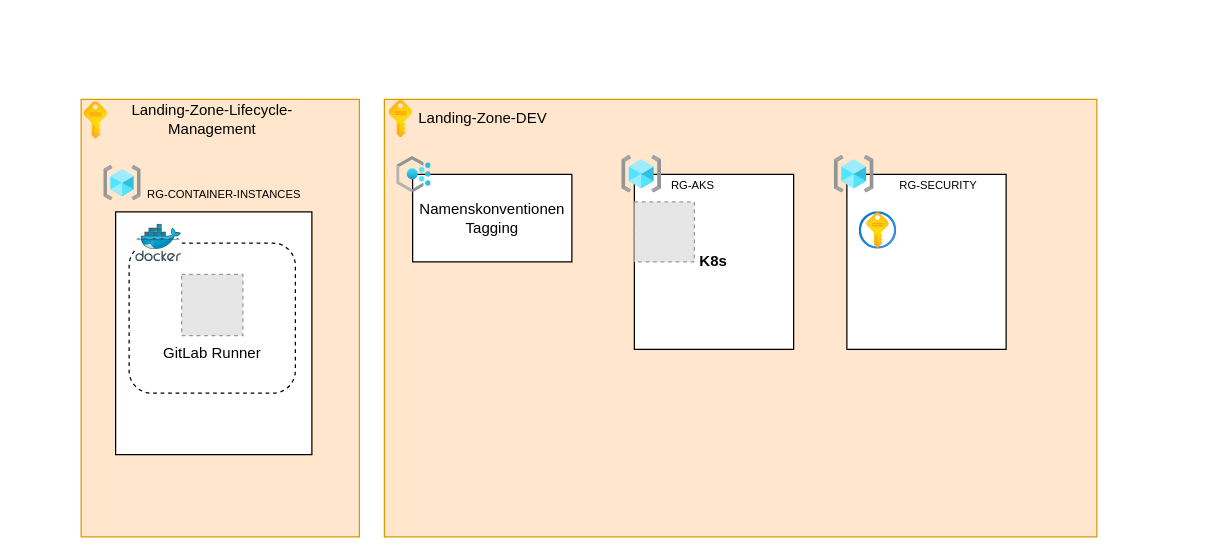
This is DMS-LandingZone.drawio from ChristophAtos/K8straining, a draw.io file, before an edit. Source tidied: cells renumbered, new cells numbered last; positions are measured from the earlier drawing's top-left corner, leaving out a move shared by most shapes. Both pictures are drawn from the tidied source at 125%, with x=0, y=0 at pixel (80, 99). Pictures stored in the file or linked from it are replaced by grey dashed boxes.
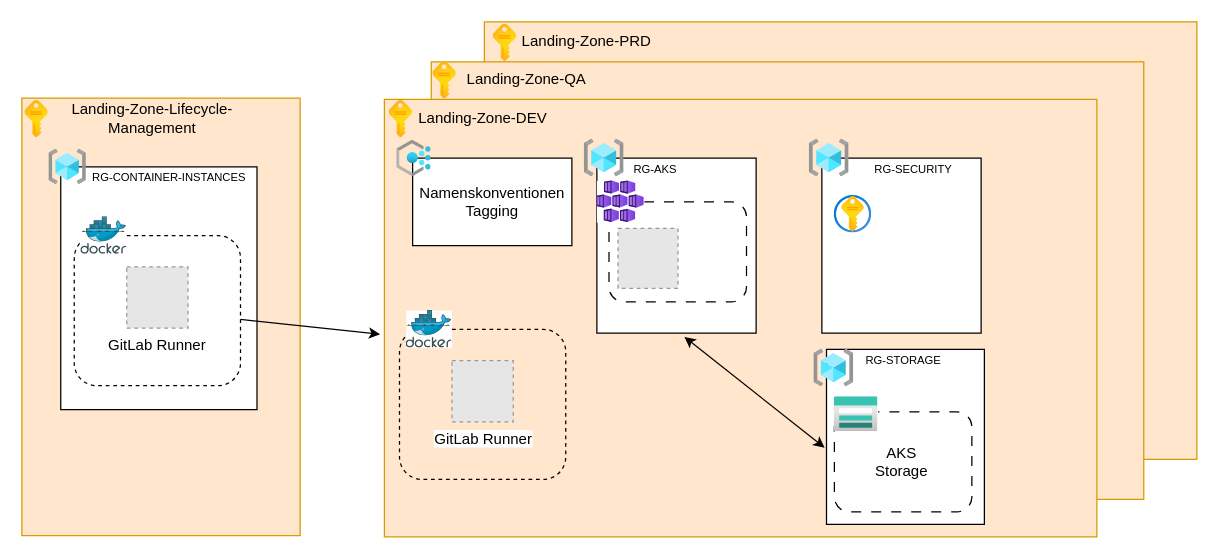
After the change.

The change refers to these unchanged cells:
```xml
<mxCell id="2" style="rounded=0;whiteSpace=wrap;html=1;fillColor=#ffe6cc;strokeColor=#d79b00;" parent="1" vertex="1">
  <mxGeometry x="243" width="570" height="350" as="geometry" />
</mxCell>
```

Diff of the diagram source:
```diff
@@
+    <mxCell id="24" style="rounded=0;whiteSpace=wrap;html=1;fillColor=#ffe6cc;strokeColor=#d79b00;" parent="1" vertex="1">
+      <mxGeometry x="323" y="-62" width="570" height="350" as="geometry" />
+    </mxCell>
+    <mxCell id="25" style="rounded=0;whiteSpace=wrap;html=1;fillColor=#ffe6cc;strokeColor=#d79b00;" parent="1" vertex="1">
+      <mxGeometry x="280.5" y="-30" width="570" height="350" as="geometry" />
+    </mxCell>
@@
     <mxCell id="5" value="Namenskonventionen&lt;br&gt;Tagging" style="rounded=0;whiteSpace=wrap;html=1;" parent="1" vertex="1">
-      <mxGeometry x="265.6" y="60" width="127.4" height="70" as="geometry" />
+      <mxGeometry x="265.6" y="47" width="127.4" height="70" as="geometry" />
     </mxCell>
     <mxCell id="6" style="image;html=1;align=center;fontSize=12;image=img/lib/azure2/management_governance/Policy.svg;" parent="1" vertex="1">
-      <mxGeometry x="253" y="45.7" width="27.5" height="29.3" as="geometry" />
+      <mxGeometry x="253" y="32.7" width="27.5" height="29.3" as="geometry" />
     </mxCell>
-    <mxCell id="7" value="&lt;b&gt;K8s&lt;/b&gt;" style="rounded=0;whiteSpace=wrap;html=1;" parent="1" vertex="1">
-      <mxGeometry x="443" y="60" width="127.4" height="140" as="geometry" />
+    <mxCell id="7" style="rounded=0;whiteSpace=wrap;html=1;" parent="1" vertex="1">
+      <mxGeometry x="413" y="47" width="127.4" height="140" as="geometry" />
     </mxCell>
     <mxCell id="8" style="image;html=1;align=center;fontSize=12;image=img/lib/azure2/general/Resource_Groups.svg;" parent="1" vertex="1">
-      <mxGeometry x="433" y="45" width="31.9" height="30" as="geometry" />
+      <mxGeometry x="403" y="32" width="31.9" height="30" as="geometry" />
     </mxCell>
     <mxCell id="9" value="&lt;font style=&quot;font-size: 9px;&quot;&gt;RG-AKS&lt;/font&gt;" style="text;html=1;strokeColor=none;fillColor=none;align=center;verticalAlign=middle;whiteSpace=wrap;rounded=0;" parent="1" vertex="1">
-      <mxGeometry x="459.9" y="53" width="60" height="30" as="geometry" />
+      <mxGeometry x="429.9" y="40" width="60" height="30" as="geometry" />
     </mxCell>
     <mxCell id="10" style="rounded=0;whiteSpace=wrap;html=1;" parent="1" vertex="1">
-      <mxGeometry x="613" y="60" width="127.4" height="140" as="geometry" />
+      <mxGeometry x="593" y="47" width="127.4" height="140" as="geometry" />
     </mxCell>
     <mxCell id="11" style="image;html=1;align=center;fontSize=12;image=img/lib/azure2/general/Resource_Groups.svg;" parent="1" vertex="1">
-      <mxGeometry x="603" y="45" width="31.9" height="30" as="geometry" />
+      <mxGeometry x="583" y="32" width="31.9" height="30" as="geometry" />
     </mxCell>
     <mxCell id="12" value="&lt;font style=&quot;font-size: 9px;&quot;&gt;RG-SECURITY&lt;/font&gt;" style="text;html=1;strokeColor=none;fillColor=none;align=center;verticalAlign=middle;whiteSpace=wrap;rounded=0;" parent="1" vertex="1">
-      <mxGeometry x="629.9" y="53" width="113.1" height="30" as="geometry" />
+      <mxGeometry x="609.9" y="40" width="113.1" height="30" as="geometry" />
     </mxCell>
     <mxCell id="13" style="image;html=1;align=center;fontSize=12;image=img/lib/azure2/security/Key_Vaults.svg;" parent="1" vertex="1">
-      <mxGeometry x="623" y="90" width="30" height="30" as="geometry" />
+      <mxGeometry x="603" y="77" width="30" height="30" as="geometry" />
     </mxCell>
     <mxCell id="14" style="fillColor=#E6E6E6;strokeColor=#999999;dashed=1;verticalLabelPosition=bottom;labelBackgroundColor=default;verticalAlign=top;" parent="1" vertex="1">
-      <mxGeometry x="443" y="82" width="48" height="48" as="geometry" />
+      <mxGeometry x="429.9" y="103.2" width="48" height="48" as="geometry" />
     </mxCell>
     <mxCell id="15" style="rounded=0;whiteSpace=wrap;html=1;fillColor=#ffe6cc;strokeColor=#d79b00;" parent="1" vertex="1">
-      <mxGeometry x="0.4" width="222.6" height="350" as="geometry" />
+      <mxGeometry x="-47" y="-1" width="222.6" height="350" as="geometry" />
     </mxCell>
     <mxCell id="16" value="Landing-Zone-Lifecycle- Management" style="text;html=1;strokeColor=none;fillColor=none;align=center;verticalAlign=middle;whiteSpace=wrap;rounded=0;shadow=1;" parent="1" vertex="1">
-      <mxGeometry x="17.6" y="1" width="175.4" height="30" as="geometry" />
+      <mxGeometry x="-29.8" width="175.4" height="30" as="geometry" />
     </mxCell>
     <mxCell id="17" style="image;html=1;align=center;fontSize=12;image=img/lib/azure2/general/Subscriptions.svg;" parent="1" vertex="1">
-      <mxGeometry x="3" y="2" width="18.6" height="30" as="geometry" />
+      <mxGeometry x="-44.4" y="1" width="18.6" height="30" as="geometry" />
     </mxCell>
     <mxCell id="18" style="rounded=0;whiteSpace=wrap;html=1;" parent="1" vertex="1">
-      <mxGeometry x="28" y="90" width="157" height="194.2" as="geometry" />
+      <mxGeometry x="-15.9" y="54" width="157" height="194.2" as="geometry" />
     </mxCell>
     <mxCell id="19" style="image;html=1;align=center;fontSize=12;image=img/lib/azure2/general/Resource_Groups.svg;" parent="1" vertex="1">
-      <mxGeometry x="18.6" y="53" width="30" height="28.2" as="geometry" />
+      <mxGeometry x="-25.3" y="40" width="30" height="28.2" as="geometry" />
     </mxCell>
     <mxCell id="20" value="GitLab Runner" style="fillColor=#E6E6E6;strokeColor=#999999;dashed=1;html=1;verticalAlign=top;verticalLabelPosition=bottom;labelBackgroundColor=#ffffff;" parent="1" vertex="1">
-      <mxGeometry x="80.8" y="140" width="49" height="49" as="geometry" />
+      <mxGeometry x="36.9" y="134" width="49" height="49" as="geometry" />
     </mxCell>
     <mxCell id="21" value="&lt;font style=&quot;font-size: 9px;&quot;&gt;RG-CONTAINER-INSTANCES&lt;/font&gt;" style="text;html=1;strokeColor=none;fillColor=none;align=center;verticalAlign=middle;whiteSpace=wrap;rounded=0;" parent="1" vertex="1">
-      <mxGeometry x="50" y="60" width="130" height="30" as="geometry" />
+      <mxGeometry x="6.1" y="47" width="130" height="30" as="geometry" />
     </mxCell>
     <mxCell id="22" style="rounded=1;whiteSpace=wrap;html=1;fillColor=none;dashed=1;" parent="1" vertex="1">
-      <mxGeometry x="38.8" y="115" width="133" height="120" as="geometry" />
+      <mxGeometry x="-5.1" y="109" width="133" height="120" as="geometry" />
     </mxCell>
     <mxCell id="23" style="image;sketch=0;html=1;align=center;fontSize=12;image=img/lib/mscae/Docker.svg;imageBackground=default;imageBorder=none;" parent="1" vertex="1">
-      <mxGeometry x="44.2" y="100" width="36.6" height="30" as="geometry" />
+      <mxGeometry x="0.3" y="94" width="36.6" height="30" as="geometry" />
     </mxCell>
+    <mxCell id="26" value="Landing-Zone-QA" style="text;html=1;strokeColor=none;fillColor=none;align=center;verticalAlign=middle;whiteSpace=wrap;rounded=0;" parent="1" vertex="1">
+      <mxGeometry x="296.6" y="-31" width="120" height="30" as="geometry" />
+    </mxCell>
+    <mxCell id="27" style="image;html=1;align=center;fontSize=12;image=img/lib/azure2/general/Subscriptions.svg;" parent="1" vertex="1">
+      <mxGeometry x="282" y="-30" width="18.6" height="30" as="geometry" />
+    </mxCell>
+    <mxCell id="28" style="endArrow=classic;html=1;rounded=0;entryX=-0.006;entryY=0.537;entryDx=0;entryDy=0;entryPerimeter=0;" parent="1" edge="1" source="22" target="2">
+      <mxGeometry relative="1" as="geometry" />
+    </mxCell>
+    <mxCell id="29" value="Landing-Zone-PRD" style="text;html=1;strokeColor=none;fillColor=none;align=center;verticalAlign=middle;whiteSpace=wrap;rounded=0;" parent="1" vertex="1">
+      <mxGeometry x="344.9" y="-61" width="120" height="30" as="geometry" />
+    </mxCell>
+    <mxCell id="30" style="image;html=1;align=center;fontSize=12;image=img/lib/azure2/general/Subscriptions.svg;" parent="1" vertex="1">
+      <mxGeometry x="330.3" y="-60" width="18.6" height="30" as="geometry" />
+    </mxCell>
+    <mxCell id="31" style="rounded=0;whiteSpace=wrap;html=1;" parent="1" vertex="1">
+      <mxGeometry x="596.7" y="200" width="126.3" height="140" as="geometry" />
+    </mxCell>
+    <mxCell id="32" style="image;html=1;align=center;fontSize=12;image=img/lib/azure2/general/Resource_Groups.svg;" parent="1" vertex="1">
+      <mxGeometry x="586.7" y="200" width="31.9" height="30" as="geometry" />
+    </mxCell>
+    <mxCell id="33" value="&lt;font style=&quot;font-size: 9px;&quot;&gt;RG-STORAGE&lt;/font&gt;" style="text;html=1;strokeColor=none;fillColor=none;align=center;verticalAlign=middle;whiteSpace=wrap;rounded=0;" parent="1" vertex="1">
+      <mxGeometry x="613.6" y="193" width="89.4" height="30" as="geometry" />
+    </mxCell>
+    <mxCell id="34" style="rounded=1;whiteSpace=wrap;html=1;fillColor=none;dashed=1;dashPattern=8 8;" parent="1" vertex="1">
+      <mxGeometry x="603" y="250" width="110" height="80" as="geometry" />
+    </mxCell>
+    <mxCell id="35" style="image;html=1;align=center;fontSize=12;image=img/lib/azure2/storage/Storage_Accounts.svg;imageBackground=default;" parent="1" vertex="1">
+      <mxGeometry x="603" y="238" width="35" height="28" as="geometry" />
+    </mxCell>
+    <mxCell id="36" value="AKS Storage" style="text;html=1;strokeColor=none;fillColor=none;align=center;verticalAlign=middle;whiteSpace=wrap;rounded=0;" parent="1" vertex="1">
+      <mxGeometry x="626.7" y="275" width="60" height="30" as="geometry" />
+    </mxCell>
+    <mxCell id="37" style="endArrow=classic;startArrow=classic;html=1;rounded=0;exitX=-0.012;exitY=0.562;exitDx=0;exitDy=0;exitPerimeter=0;" parent="1" edge="1" source="31">
+      <mxGeometry relative="1" as="geometry">
+        <mxPoint x="483" y="190" as="targetPoint" />
+      </mxGeometry>
+    </mxCell>
+    <mxCell id="38" style="rounded=1;whiteSpace=wrap;html=1;fillColor=none;dashed=1;dashPattern=8 8;" parent="1" vertex="1">
+      <mxGeometry x="422.7" y="82" width="110" height="80" as="geometry" />
+    </mxCell>
+    <mxCell id="39" style="image;html=1;align=center;fontSize=12;image=img/lib/azure2/compute/Kubernetes_Services.svg;imageBackground=default;" parent="1" vertex="1">
+      <mxGeometry x="413" y="65.2" width="38" height="33.5" as="geometry" />
+    </mxCell>
+    <mxCell id="40" value="GitLab Runner" style="fillColor=#E6E6E6;strokeColor=#999999;dashed=1;html=1;verticalAlign=top;verticalLabelPosition=bottom;labelBackgroundColor=#ffffff;" parent="1" vertex="1">
+      <mxGeometry x="297.1" y="209" width="49" height="49" as="geometry" />
+    </mxCell>
+    <mxCell id="41" style="rounded=1;whiteSpace=wrap;html=1;fillColor=none;dashed=1;" parent="1" vertex="1">
+      <mxGeometry x="255.1" y="184" width="133" height="120" as="geometry" />
+    </mxCell>
+    <mxCell id="42" style="image;sketch=0;html=1;align=center;fontSize=12;image=img/lib/mscae/Docker.svg;imageBackground=default;imageBorder=none;" parent="1" vertex="1">
+      <mxGeometry x="260.5" y="169" width="36.6" height="30" as="geometry" />
+    </mxCell>
```
